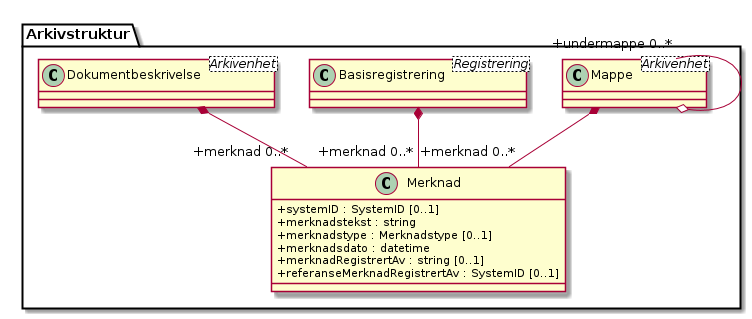
Above: kapitler/media/uml-arkivstruktur-merknad.png in arkivverket/noark5-tjenestegrensesnitt-standard (PlantUML), before the change.
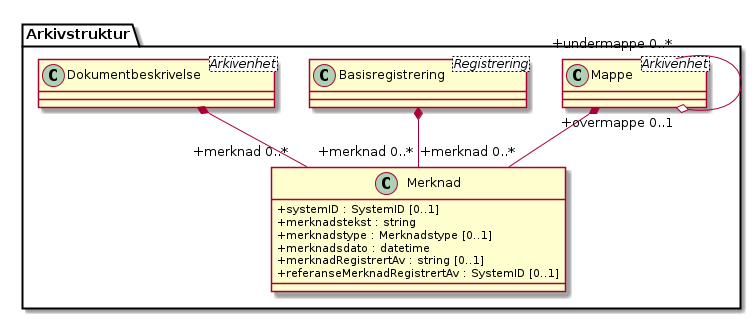
The same diagram one commit later.

Change to the diagram source:
```diff
@@ -12,7 +12,7 @@
 class Arkivstruktur.Basisregistrering <Registrering>
 class Arkivstruktur.Dokumentbeskrivelse <Arkivenhet>
 Arkivstruktur.Mappe *-- "+merknad 0..*" Arkivstruktur.Merknad
-Arkivstruktur.Mappe "+undermappe 0..*" --o Arkivstruktur.Mappe
+Arkivstruktur.Mappe "+undermappe 0..*" --o "+overmappe 0..1" Arkivstruktur.Mappe
 Arkivstruktur.Basisregistrering *-- "+merknad 0..*" Arkivstruktur.Merknad
 Arkivstruktur.Dokumentbeskrivelse *-- "+merknad 0..*" Arkivstruktur.Merknad
 @enduml
```
